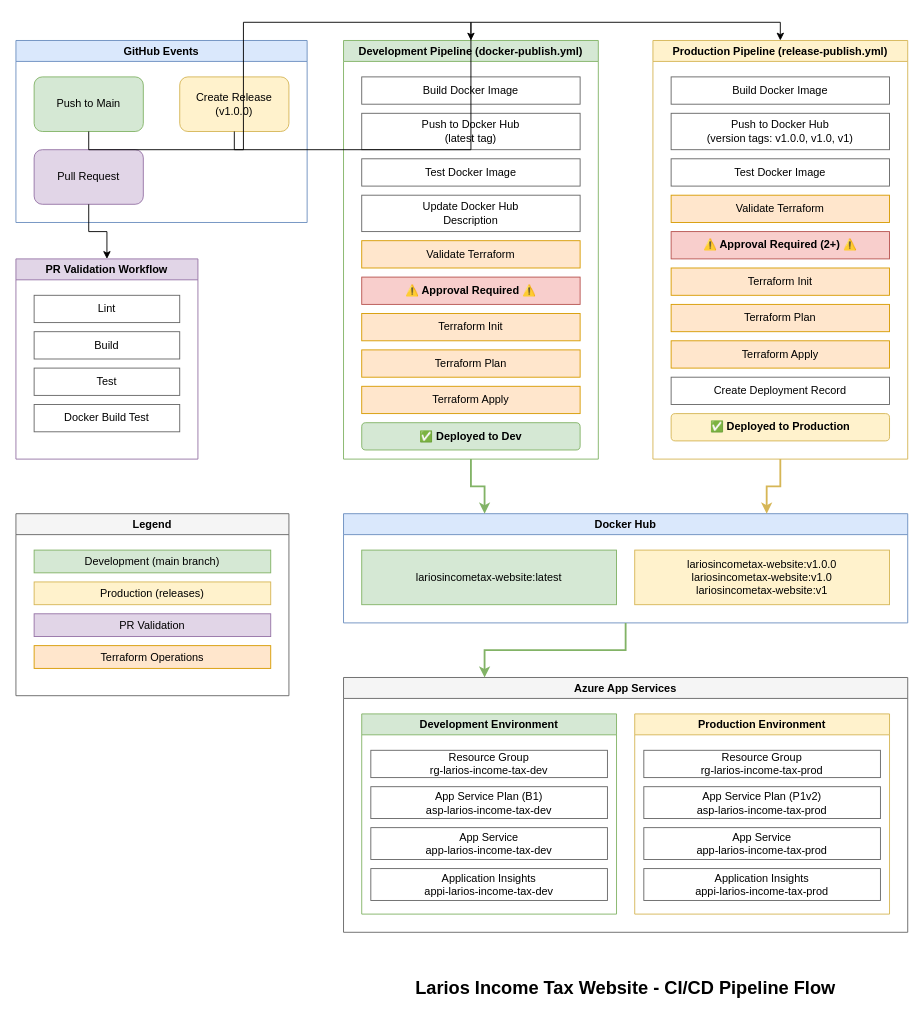
bit-and-byte-ideas/larios-income-tax-website keeps this draw.io diagram as docs/cicd-flow-diagram.drawio.xml. Above is the earlier version. Source tidied: cells renumbered, new cells numbered last; positions are measured from the earlier drawing's top-left corner, leaving out a move shared by most shapes. Both pictures are drawn from the tidied source at 91%, with x=0, y=0 at pixel (15, 40).
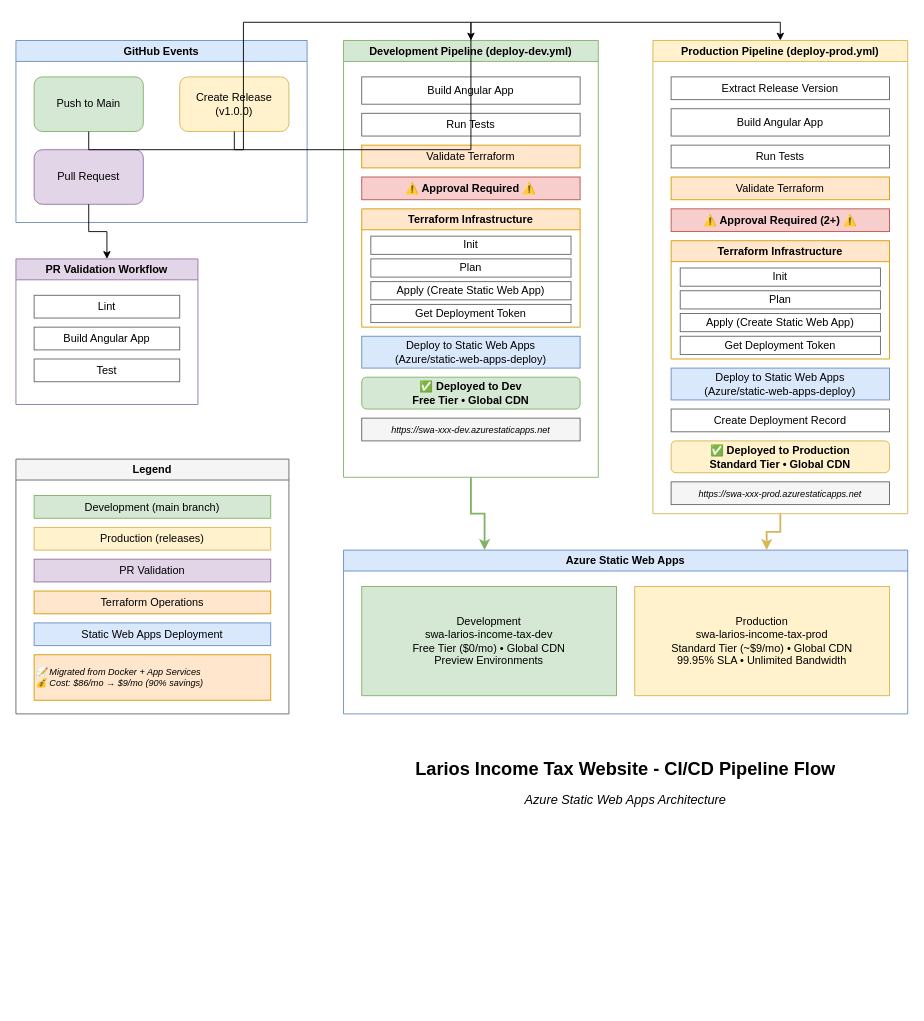
The same diagram, later.

Commit message (it also covers changes not shown here):
docs: create docs for static web app architecture and flows

The edit, as a diff of the source:
```diff
@@
     <mxCell id="6" value="PR Validation Workflow" style="swimlane;whiteSpace=wrap;html=1;fillColor=#e1d5e7;strokeColor=#9673a6;" parent="1" vertex="1">
-      <mxGeometry y="240" width="200" height="220" as="geometry" />
+      <mxGeometry y="240" width="200" height="160" as="geometry" />
     </mxCell>
     <mxCell id="7" value="Lint" style="rounded=0;whiteSpace=wrap;html=1;fillColor=#ffffff;strokeColor=#666666;" parent="6" vertex="1">
-      <mxGeometry x="20" y="40" width="160" height="30" as="geometry" />
+      <mxGeometry x="20" y="40" width="160" height="25" as="geometry" />
     </mxCell>
-    <mxCell id="8" value="Build" style="rounded=0;whiteSpace=wrap;html=1;fillColor=#ffffff;strokeColor=#666666;" parent="6" vertex="1">
-      <mxGeometry x="20" y="80" width="160" height="30" as="geometry" />
+    <mxCell id="8" value="Build Angular App" style="rounded=0;whiteSpace=wrap;html=1;fillColor=#ffffff;strokeColor=#666666;" parent="6" vertex="1">
+      <mxGeometry x="20" y="75" width="160" height="25" as="geometry" />
     </mxCell>
     <mxCell id="9" value="Test" style="rounded=0;whiteSpace=wrap;html=1;fillColor=#ffffff;strokeColor=#666666;" parent="6" vertex="1">
-      <mxGeometry x="20" y="120" width="160" height="30" as="geometry" />
+      <mxGeometry x="20" y="110" width="160" height="25" as="geometry" />
     </mxCell>
-    <mxCell id="10" value="Docker Build Test" style="rounded=0;whiteSpace=wrap;html=1;fillColor=#ffffff;strokeColor=#666666;" parent="6" vertex="1">
-      <mxGeometry x="20" y="160" width="160" height="30" as="geometry" />
-    </mxCell>
-    <mxCell id="11" value="Development Pipeline (docker-publish.yml)" style="swimlane;whiteSpace=wrap;html=1;fillColor=#d5e8d4;strokeColor=#82b366;" parent="1" vertex="1">
-      <mxGeometry x="360" width="280" height="460" as="geometry" />
+    <mxCell id="11" value="Development Pipeline (deploy-dev.yml)" style="swimlane;whiteSpace=wrap;html=1;fillColor=#d5e8d4;strokeColor=#82b366;" parent="1" vertex="1">
+      <mxGeometry x="360" width="280" height="480" as="geometry" />
     </mxCell>
-    <mxCell id="12" value="Build Docker Image" style="rounded=0;whiteSpace=wrap;html=1;fillColor=#ffffff;strokeColor=#666666;" parent="11" vertex="1">
-      <mxGeometry x="20" y="40" width="240" height="30" as="geometry" />
-    </mxCell>
-    <mxCell id="13" value="Push to Docker Hub&#10;(latest tag)" style="rounded=0;whiteSpace=wrap;html=1;fillColor=#ffffff;strokeColor=#666666;" parent="11" vertex="1">
-      <mxGeometry x="20" y="80" width="240" height="40" as="geometry" />
-    </mxCell>
-    <mxCell id="14" value="Test Docker Image" style="rounded=0;whiteSpace=wrap;html=1;fillColor=#ffffff;strokeColor=#666666;" parent="11" vertex="1">
-      <mxGeometry x="20" y="130" width="240" height="30" as="geometry" />
-    </mxCell>
-    <mxCell id="15" value="Update Docker Hub&#10;Description" style="rounded=0;whiteSpace=wrap;html=1;fillColor=#ffffff;strokeColor=#666666;" parent="11" vertex="1">
-      <mxGeometry x="20" y="170" width="240" height="40" as="geometry" />
-    </mxCell>
+    <mxCell id="59" value="Build Angular App" style="rounded=0;whiteSpace=wrap;html=1;fillColor=#ffffff;strokeColor=#666666;" parent="11" vertex="1">
+      <mxGeometry x="20" y="40" width="240" height="30" as="geometry" />
+    </mxCell>
+    <mxCell id="60" value="Run Tests" style="rounded=0;whiteSpace=wrap;html=1;fillColor=#ffffff;strokeColor=#666666;" parent="11" vertex="1">
+      <mxGeometry x="20" y="80" width="240" height="25" as="geometry" />
+    </mxCell>
     <mxCell id="16" value="Validate Terraform" style="rounded=0;whiteSpace=wrap;html=1;fillColor=#ffe6cc;strokeColor=#d79b00;" parent="11" vertex="1">
-      <mxGeometry x="20" y="220" width="240" height="30" as="geometry" />
+      <mxGeometry x="20" y="115" width="240" height="25" as="geometry" />
     </mxCell>
     <mxCell id="17" value="⚠️ Approval Required ⚠️" style="rounded=0;whiteSpace=wrap;html=1;fillColor=#f8cecc;strokeColor=#b85450;fontStyle=1;" parent="11" vertex="1">
-      <mxGeometry x="20" y="260" width="240" height="30" as="geometry" />
+      <mxGeometry x="20" y="150" width="240" height="25" as="geometry" />
     </mxCell>
+    <mxCell id="61" value="Terraform Infrastructure" style="swimlane;whiteSpace=wrap;html=1;fillColor=#ffe6cc;strokeColor=#d79b00;" parent="11" vertex="1">
+      <mxGeometry x="20" y="185" width="240" height="130" as="geometry" />
+    </mxCell>
-    <mxCell id="18" value="Terraform Init" style="rounded=0;whiteSpace=wrap;html=1;fillColor=#ffe6cc;strokeColor=#d79b00;" parent="11" vertex="1">
-      <mxGeometry x="20" y="300" width="240" height="30" as="geometry" />
+    <mxCell id="18" value="Init" style="rounded=0;whiteSpace=wrap;html=1;fillColor=#ffffff;strokeColor=#666666;" parent="61" vertex="1">
+      <mxGeometry x="10" y="30" width="220" height="20" as="geometry" />
     </mxCell>
-    <mxCell id="19" value="Terraform Plan" style="rounded=0;whiteSpace=wrap;html=1;fillColor=#ffe6cc;strokeColor=#d79b00;" parent="11" vertex="1">
-      <mxGeometry x="20" y="340" width="240" height="30" as="geometry" />
+    <mxCell id="19" value="Plan" style="rounded=0;whiteSpace=wrap;html=1;fillColor=#ffffff;strokeColor=#666666;" parent="61" vertex="1">
+      <mxGeometry x="10" y="55" width="220" height="20" as="geometry" />
     </mxCell>
-    <mxCell id="20" value="Terraform Apply" style="rounded=0;whiteSpace=wrap;html=1;fillColor=#ffe6cc;strokeColor=#d79b00;" parent="11" vertex="1">
-      <mxGeometry x="20" y="380" width="240" height="30" as="geometry" />
+    <mxCell id="20" value="Apply (Create Static Web App)" style="rounded=0;whiteSpace=wrap;html=1;fillColor=#ffffff;strokeColor=#666666;" parent="61" vertex="1">
+      <mxGeometry x="10" y="80" width="220" height="20" as="geometry" />
     </mxCell>
+    <mxCell id="62" value="Get Deployment Token" style="rounded=0;whiteSpace=wrap;html=1;fillColor=#ffffff;strokeColor=#666666;" parent="61" vertex="1">
+      <mxGeometry x="10" y="105" width="220" height="20" as="geometry" />
+    </mxCell>
+    <mxCell id="63" value="Deploy to Static Web Apps&#10;(Azure/static-web-apps-deploy)" style="rounded=0;whiteSpace=wrap;html=1;fillColor=#dae8fc;strokeColor=#6c8ebf;" parent="11" vertex="1">
+      <mxGeometry x="20" y="325" width="240" height="35" as="geometry" />
+    </mxCell>
-    <mxCell id="21" value="✅ Deployed to Dev" style="rounded=1;whiteSpace=wrap;html=1;fillColor=#d5e8d4;strokeColor=#82b366;fontStyle=1;" parent="11" vertex="1">
-      <mxGeometry x="20" y="420" width="240" height="30" as="geometry" />
+    <mxCell id="21" value="✅ Deployed to Dev&#10;Free Tier • Global CDN" style="rounded=1;whiteSpace=wrap;html=1;fillColor=#d5e8d4;strokeColor=#82b366;fontStyle=1;" parent="11" vertex="1">
+      <mxGeometry x="20" y="370" width="240" height="35" as="geometry" />
     </mxCell>
+    <mxCell id="64" value="https://swa-xxx-dev.azurestaticapps.net" style="text;html=1;align=center;verticalAlign=middle;whiteSpace=wrap;fontSize=10;fontStyle=2;fillColor=#f5f5f5;strokeColor=#666666;" parent="11" vertex="1">
+      <mxGeometry x="20" y="415" width="240" height="25" as="geometry" />
+    </mxCell>
-    <mxCell id="22" value="Production Pipeline (release-publish.yml)" style="swimlane;whiteSpace=wrap;html=1;fillColor=#fff2cc;strokeColor=#d6b656;" parent="1" vertex="1">
-      <mxGeometry x="700" width="280" height="460" as="geometry" />
+    <mxCell id="22" value="Production Pipeline (deploy-prod.yml)" style="swimlane;whiteSpace=wrap;html=1;fillColor=#fff2cc;strokeColor=#d6b656;" parent="1" vertex="1">
+      <mxGeometry x="700" width="280" height="520" as="geometry" />
     </mxCell>
-    <mxCell id="23" value="Build Docker Image" style="rounded=0;whiteSpace=wrap;html=1;fillColor=#ffffff;strokeColor=#666666;" parent="22" vertex="1">
-      <mxGeometry x="20" y="40" width="240" height="30" as="geometry" />
-    </mxCell>
-    <mxCell id="24" value="Push to Docker Hub&#10;(version tags: v1.0.0, v1.0, v1)" style="rounded=0;whiteSpace=wrap;html=1;fillColor=#ffffff;strokeColor=#666666;" parent="22" vertex="1">
-      <mxGeometry x="20" y="80" width="240" height="40" as="geometry" />
-    </mxCell>
-    <mxCell id="25" value="Test Docker Image" style="rounded=0;whiteSpace=wrap;html=1;fillColor=#ffffff;strokeColor=#666666;" parent="22" vertex="1">
-      <mxGeometry x="20" y="130" width="240" height="30" as="geometry" />
-    </mxCell>
+    <mxCell id="65" value="Extract Release Version" style="rounded=0;whiteSpace=wrap;html=1;fillColor=#ffffff;strokeColor=#666666;" parent="22" vertex="1">
+      <mxGeometry x="20" y="40" width="240" height="25" as="geometry" />
+    </mxCell>
+    <mxCell id="66" value="Build Angular App" style="rounded=0;whiteSpace=wrap;html=1;fillColor=#ffffff;strokeColor=#666666;" parent="22" vertex="1">
+      <mxGeometry x="20" y="75" width="240" height="30" as="geometry" />
+    </mxCell>
+    <mxCell id="67" value="Run Tests" style="rounded=0;whiteSpace=wrap;html=1;fillColor=#ffffff;strokeColor=#666666;" parent="22" vertex="1">
+      <mxGeometry x="20" y="115" width="240" height="25" as="geometry" />
+    </mxCell>
     <mxCell id="26" value="Validate Terraform" style="rounded=0;whiteSpace=wrap;html=1;fillColor=#ffe6cc;strokeColor=#d79b00;" parent="22" vertex="1">
-      <mxGeometry x="20" y="170" width="240" height="30" as="geometry" />
+      <mxGeometry x="20" y="150" width="240" height="25" as="geometry" />
     </mxCell>
     <mxCell id="27" value="⚠️ Approval Required (2+) ⚠️" style="rounded=0;whiteSpace=wrap;html=1;fillColor=#f8cecc;strokeColor=#b85450;fontStyle=1;" parent="22" vertex="1">
-      <mxGeometry x="20" y="210" width="240" height="30" as="geometry" />
+      <mxGeometry x="20" y="185" width="240" height="25" as="geometry" />
     </mxCell>
+    <mxCell id="68" value="Terraform Infrastructure" style="swimlane;whiteSpace=wrap;html=1;fillColor=#ffe6cc;strokeColor=#d79b00;" parent="22" vertex="1">
+      <mxGeometry x="20" y="220" width="240" height="130" as="geometry" />
+    </mxCell>
-    <mxCell id="28" value="Terraform Init" style="rounded=0;whiteSpace=wrap;html=1;fillColor=#ffe6cc;strokeColor=#d79b00;" parent="22" vertex="1">
-      <mxGeometry x="20" y="250" width="240" height="30" as="geometry" />
+    <mxCell id="28" value="Init" style="rounded=0;whiteSpace=wrap;html=1;fillColor=#ffffff;strokeColor=#666666;" parent="68" vertex="1">
+      <mxGeometry x="10" y="30" width="220" height="20" as="geometry" />
     </mxCell>
-    <mxCell id="29" value="Terraform Plan" style="rounded=0;whiteSpace=wrap;html=1;fillColor=#ffe6cc;strokeColor=#d79b00;" parent="22" vertex="1">
-      <mxGeometry x="20" y="290" width="240" height="30" as="geometry" />
+    <mxCell id="29" value="Plan" style="rounded=0;whiteSpace=wrap;html=1;fillColor=#ffffff;strokeColor=#666666;" parent="68" vertex="1">
+      <mxGeometry x="10" y="55" width="220" height="20" as="geometry" />
     </mxCell>
-    <mxCell id="30" value="Terraform Apply" style="rounded=0;whiteSpace=wrap;html=1;fillColor=#ffe6cc;strokeColor=#d79b00;" parent="22" vertex="1">
-      <mxGeometry x="20" y="330" width="240" height="30" as="geometry" />
+    <mxCell id="30" value="Apply (Create Static Web App)" style="rounded=0;whiteSpace=wrap;html=1;fillColor=#ffffff;strokeColor=#666666;" parent="68" vertex="1">
+      <mxGeometry x="10" y="80" width="220" height="20" as="geometry" />
     </mxCell>
+    <mxCell id="69" value="Get Deployment Token" style="rounded=0;whiteSpace=wrap;html=1;fillColor=#ffffff;strokeColor=#666666;" parent="68" vertex="1">
+      <mxGeometry x="10" y="105" width="220" height="20" as="geometry" />
+    </mxCell>
+    <mxCell id="70" value="Deploy to Static Web Apps&#10;(Azure/static-web-apps-deploy)" style="rounded=0;whiteSpace=wrap;html=1;fillColor=#dae8fc;strokeColor=#6c8ebf;" parent="22" vertex="1">
+      <mxGeometry x="20" y="360" width="240" height="35" as="geometry" />
+    </mxCell>
     <mxCell id="31" value="Create Deployment Record" style="rounded=0;whiteSpace=wrap;html=1;fillColor=#ffffff;strokeColor=#666666;" parent="22" vertex="1">
-      <mxGeometry x="20" y="370" width="240" height="30" as="geometry" />
+      <mxGeometry x="20" y="405" width="240" height="25" as="geometry" />
     </mxCell>
-    <mxCell id="32" value="✅ Deployed to Production" style="rounded=1;whiteSpace=wrap;html=1;fillColor=#fff2cc;strokeColor=#d6b656;fontStyle=1;" parent="22" vertex="1">
-      <mxGeometry x="20" y="410" width="240" height="30" as="geometry" />
+    <mxCell id="32" value="✅ Deployed to Production&#10;Standard Tier • Global CDN" style="rounded=1;whiteSpace=wrap;html=1;fillColor=#fff2cc;strokeColor=#d6b656;fontStyle=1;" parent="22" vertex="1">
+      <mxGeometry x="20" y="440" width="240" height="35" as="geometry" />
     </mxCell>
-    <mxCell id="33" value="Docker Hub" style="swimlane;whiteSpace=wrap;html=1;fillColor=#dae8fc;strokeColor=#6c8ebf;" parent="1" vertex="1">
-      <mxGeometry x="360" y="520" width="620" height="120" as="geometry" />
-    </mxCell>
-    <mxCell id="34" value="lariosincometax-website:latest" style="rounded=0;whiteSpace=wrap;html=1;fillColor=#d5e8d4;strokeColor=#82b366;" parent="33" vertex="1">
-      <mxGeometry x="20" y="40" width="280" height="60" as="geometry" />
-    </mxCell>
-    <mxCell id="35" value="lariosincometax-website:v1.0.0&#10;lariosincometax-website:v1.0&#10;lariosincometax-website:v1" style="rounded=0;whiteSpace=wrap;html=1;fillColor=#fff2cc;strokeColor=#d6b656;" parent="33" vertex="1">
-      <mxGeometry x="320" y="40" width="280" height="60" as="geometry" />
-    </mxCell>
-    <mxCell id="36" value="Azure App Services" style="swimlane;whiteSpace=wrap;html=1;fillColor=#f5f5f5;strokeColor=#666666;" parent="1" vertex="1">
-      <mxGeometry x="360" y="700" width="620" height="280" as="geometry" />
-    </mxCell>
-    <mxCell id="37" value="Development Environment" style="swimlane;whiteSpace=wrap;html=1;fillColor=#d5e8d4;strokeColor=#82b366;" parent="36" vertex="1">
-      <mxGeometry x="20" y="40" width="280" height="220" as="geometry" />
-    </mxCell>
-    <mxCell id="38" value="Resource Group&#10;rg-larios-income-tax-dev" style="rounded=0;whiteSpace=wrap;html=1;fillColor=#ffffff;strokeColor=#666666;" parent="37" vertex="1">
-      <mxGeometry x="10" y="40" width="260" height="30" as="geometry" />
-    </mxCell>
-    <mxCell id="39" value="App Service Plan (B1)&#10;asp-larios-income-tax-dev" style="rounded=0;whiteSpace=wrap;html=1;fillColor=#ffffff;strokeColor=#666666;" parent="37" vertex="1">
-      <mxGeometry x="10" y="80" width="260" height="35" as="geometry" />
-    </mxCell>
-    <mxCell id="40" value="App Service&#10;app-larios-income-tax-dev" style="rounded=0;whiteSpace=wrap;html=1;fillColor=#ffffff;strokeColor=#666666;" parent="37" vertex="1">
-      <mxGeometry x="10" y="125" width="260" height="35" as="geometry" />
-    </mxCell>
-    <mxCell id="41" value="Application Insights&#10;appi-larios-income-tax-dev" style="rounded=0;whiteSpace=wrap;html=1;fillColor=#ffffff;strokeColor=#666666;" parent="37" vertex="1">
-      <mxGeometry x="10" y="170" width="260" height="35" as="geometry" />
-    </mxCell>
-    <mxCell id="42" value="Production Environment" style="swimlane;whiteSpace=wrap;html=1;fillColor=#fff2cc;strokeColor=#d6b656;" parent="36" vertex="1">
-      <mxGeometry x="320" y="40" width="280" height="220" as="geometry" />
-    </mxCell>
-    <mxCell id="43" value="Resource Group&#10;rg-larios-income-tax-prod" style="rounded=0;whiteSpace=wrap;html=1;fillColor=#ffffff;strokeColor=#666666;" parent="42" vertex="1">
-      <mxGeometry x="10" y="40" width="260" height="30" as="geometry" />
-    </mxCell>
-    <mxCell id="44" value="App Service Plan (P1v2)&#10;asp-larios-income-tax-prod" style="rounded=0;whiteSpace=wrap;html=1;fillColor=#ffffff;strokeColor=#666666;" parent="42" vertex="1">
-      <mxGeometry x="10" y="80" width="260" height="35" as="geometry" />
-    </mxCell>
-    <mxCell id="45" value="App Service&#10;app-larios-income-tax-prod" style="rounded=0;whiteSpace=wrap;html=1;fillColor=#ffffff;strokeColor=#666666;" parent="42" vertex="1">
-      <mxGeometry x="10" y="125" width="260" height="35" as="geometry" />
-    </mxCell>
-    <mxCell id="46" value="Application Insights&#10;appi-larios-income-tax-prod" style="rounded=0;whiteSpace=wrap;html=1;fillColor=#ffffff;strokeColor=#666666;" parent="42" vertex="1">
-      <mxGeometry x="10" y="170" width="260" height="35" as="geometry" />
-    </mxCell>
+    <mxCell id="71" value="https://swa-xxx-prod.azurestaticapps.net" style="text;html=1;align=center;verticalAlign=middle;whiteSpace=wrap;fontSize=10;fontStyle=2;fillColor=#f5f5f5;strokeColor=#666666;" parent="22" vertex="1">
+      <mxGeometry x="20" y="485" width="240" height="25" as="geometry" />
+    </mxCell>
+    <mxCell id="72" value="Azure Static Web Apps" style="swimlane;whiteSpace=wrap;html=1;fillColor=#dae8fc;strokeColor=#6c8ebf;" parent="1" vertex="1">
+      <mxGeometry x="360" y="560" width="620" height="180" as="geometry" />
+    </mxCell>
+    <mxCell id="73" value="Development&#10;swa-larios-income-tax-dev&#10;Free Tier ($0/mo) • Global CDN&#10;Preview Environments" style="rounded=0;whiteSpace=wrap;html=1;fillColor=#d5e8d4;strokeColor=#82b366;align=center;verticalAlign=middle;" parent="72" vertex="1">
+      <mxGeometry x="20" y="40" width="280" height="120" as="geometry" />
+    </mxCell>
+    <mxCell id="74" value="Production&#10;swa-larios-income-tax-prod&#10;Standard Tier (~$9/mo) • Global CDN&#10;99.95% SLA • Unlimited Bandwidth" style="rounded=0;whiteSpace=wrap;html=1;fillColor=#fff2cc;strokeColor=#d6b656;align=center;verticalAlign=middle;" parent="72" vertex="1">
+      <mxGeometry x="320" y="40" width="280" height="120" as="geometry" />
+    </mxCell>
@@
-    <mxCell id="50" style="edgeStyle=orthogonalEdgeStyle;rounded=0;jettySize=auto;html=1;exitX=0.5;exitY=1;exitDx=0;exitDy=0;entryX=0.25;entryY=0;entryDx=0;entryDy=0;strokeColor=#82b366;strokeWidth=2;" parent="1" edge="1" source="11" target="33">
+    <mxCell id="50" style="edgeStyle=orthogonalEdgeStyle;rounded=0;jettySize=auto;html=1;exitX=0.5;exitY=1;exitDx=0;exitDy=0;entryX=0.25;entryY=0;entryDx=0;entryDy=0;strokeColor=#82b366;strokeWidth=2;" parent="1" edge="1" source="11" target="72">
       <mxGeometry relative="1" as="geometry" />
     </mxCell>
-    <mxCell id="51" style="edgeStyle=orthogonalEdgeStyle;rounded=0;jettySize=auto;html=1;exitX=0.5;exitY=1;exitDx=0;exitDy=0;entryX=0.75;entryY=0;entryDx=0;entryDy=0;strokeColor=#d6b656;strokeWidth=2;" parent="1" edge="1" source="22" target="33">
+    <mxCell id="51" style="edgeStyle=orthogonalEdgeStyle;rounded=0;jettySize=auto;html=1;exitX=0.5;exitY=1;exitDx=0;exitDy=0;entryX=0.75;entryY=0;entryDx=0;entryDy=0;strokeColor=#d6b656;strokeWidth=2;" parent="1" edge="1" source="22" target="72">
       <mxGeometry relative="1" as="geometry" />
     </mxCell>
-    <mxCell id="52" style="edgeStyle=orthogonalEdgeStyle;rounded=0;jettySize=auto;html=1;exitX=0.5;exitY=1;exitDx=0;exitDy=0;entryX=0.25;entryY=0;entryDx=0;entryDy=0;strokeColor=#82b366;strokeWidth=2;" parent="1" edge="1" source="33" target="36">
-      <mxGeometry relative="1" as="geometry" />
-    </mxCell>
     <mxCell id="53" value="Legend" style="swimlane;whiteSpace=wrap;html=1;fillColor=#f5f5f5;strokeColor=#666666;" parent="1" vertex="1">
-      <mxGeometry y="520" width="300" height="200" as="geometry" />
+      <mxGeometry y="460" width="300" height="280" as="geometry" />
     </mxCell>
@@
+    <mxCell id="75" value="Static Web Apps Deployment" style="rounded=0;whiteSpace=wrap;html=1;fillColor=#dae8fc;strokeColor=#6c8ebf;" parent="53" vertex="1">
+      <mxGeometry x="20" y="180" width="260" height="25" as="geometry" />
+    </mxCell>
+    <mxCell id="76" value="📝 Migrated from Docker + App Services&#10;💰 Cost: $86/mo → $9/mo (90% savings)" style="text;html=1;align=left;verticalAlign=middle;whiteSpace=wrap;fontSize=10;fontStyle=2;fillColor=#ffe6cc;strokeColor=#d79b00;" parent="53" vertex="1">
+      <mxGeometry x="20" y="215" width="260" height="50" as="geometry" />
+    </mxCell>
     <mxCell id="58" value="Larios Income Tax Website - CI/CD Pipeline Flow" style="text;html=1;strokeColor=none;fillColor=none;align=center;verticalAlign=middle;whiteSpace=wrap;rounded=0;fontSize=20;fontStyle=1;" parent="1" vertex="1">
-      <mxGeometry x="360" y="1020" width="620" height="40" as="geometry" />
+      <mxGeometry x="360" y="780" width="620" height="40" as="geometry" />
     </mxCell>
+    <mxCell id="77" value="Azure Static Web Apps Architecture" style="text;html=1;strokeColor=none;fillColor=none;align=center;verticalAlign=middle;whiteSpace=wrap;rounded=0;fontSize=14;fontStyle=2;" parent="1" vertex="1">
+      <mxGeometry x="360" y="820" width="620" height="30" as="geometry" />
+    </mxCell>
```
